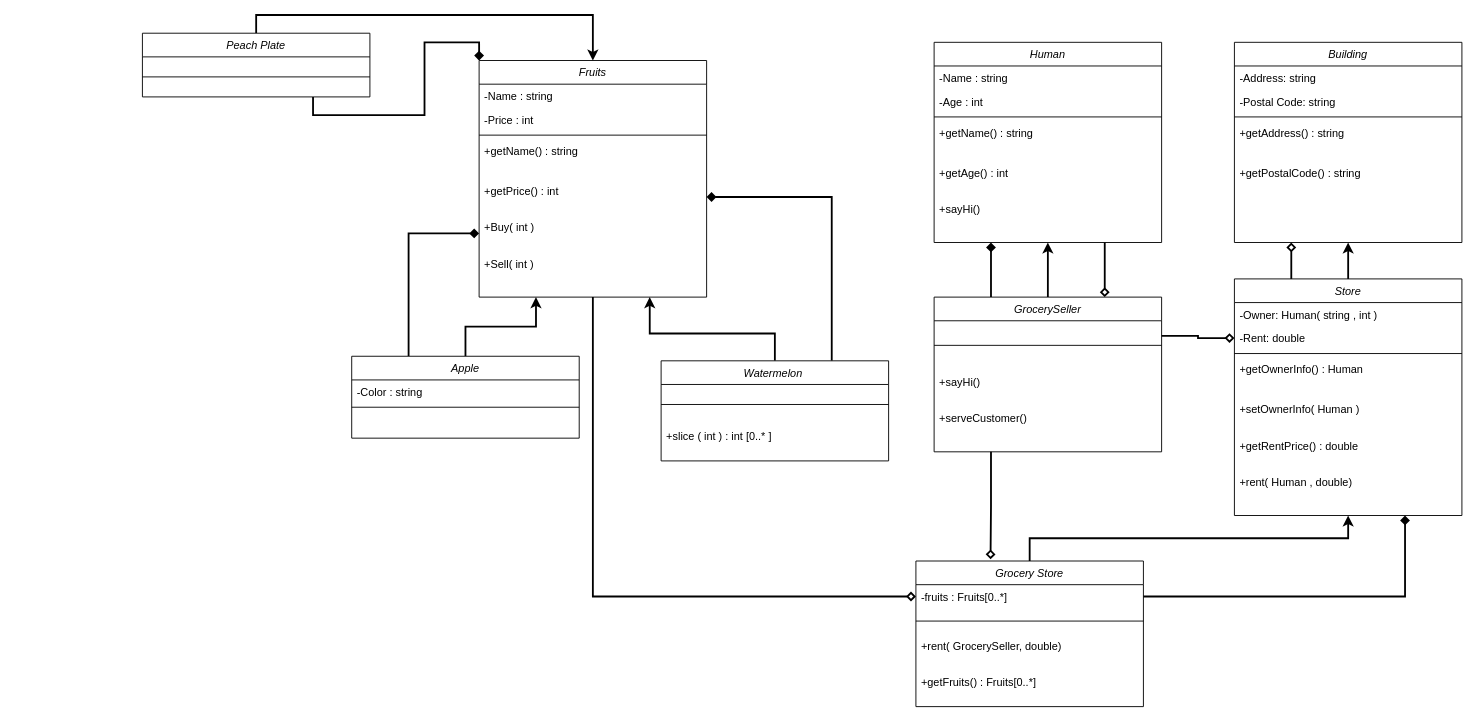
The draw.io diagram AP projects/UNIVERSITY/Untitled Diagram.drawio in ParhamBeik/QUERA_PROJECTS, before the edit. Source tidied: cells renumbered, new cells numbered last; positions are measured from the earlier drawing's top-left corner, leaving out a move shared by most shapes. Both pictures are drawn from the tidied source at 91%, with x=0, y=0 at pixel (142, 33).
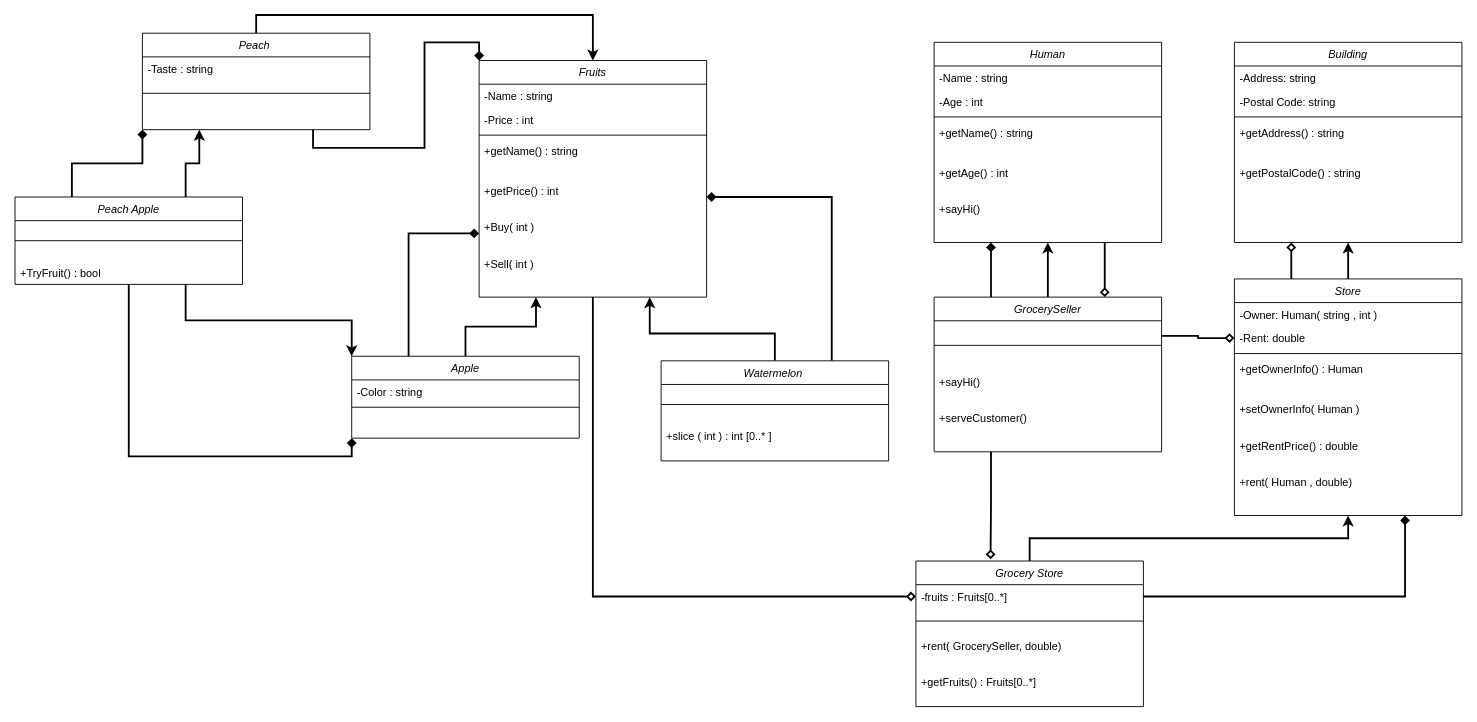
The same diagram, later.

The change refers to these unchanged cells:
```xml
<mxCell id="13" value="Apple" style="swimlane;fontStyle=2;align=center;verticalAlign=top;horizontal=1;startSize=26;rounded=0;shadow=0;strokeWidth=1;" parent="1" vertex="1">
  <mxGeometry x="230" y="355" width="250" height="90" as="geometry" />
</mxCell>
```

Diff of the diagram source:
```diff
@@
-    <mxCell id="62" value="Peach Plate" style="swimlane;fontStyle=2;align=center;verticalAlign=top;horizontal=1;startSize=26;rounded=0;shadow=0;strokeWidth=1;" parent="1" vertex="1">
-      <mxGeometry width="250" height="70" as="geometry" />
+    <mxCell id="62" value="Peach " style="swimlane;fontStyle=2;align=center;verticalAlign=top;horizontal=1;startSize=26;rounded=0;shadow=0;strokeWidth=1;" parent="1" vertex="1">
+      <mxGeometry width="250" height="106" as="geometry" />
     </mxCell>
+    <mxCell id="64" value="-Taste : string" style="text;align=left;verticalAlign=top;spacingLeft=4;spacingRight=4;overflow=hidden;" parent="62" vertex="1">
+      <mxGeometry y="26" width="250" height="26" as="geometry" />
+    </mxCell>
     <mxCell id="63" style="line;html=1;strokeWidth=1;align=left;verticalAlign=middle;spacingTop=-1;spacingLeft=3;spacingRight=3;labelPosition=right;" parent="62" vertex="1">
-      <mxGeometry y="26" width="250" height="44" as="geometry" />
+      <mxGeometry y="52" width="250" height="28" as="geometry" />
     </mxCell>
+    <mxCell id="65" style="edgeStyle=orthogonalEdgeStyle;rounded=0;jettySize=auto;html=1;exitX=0.75;exitY=1;exitDx=0;exitDy=0;entryX=0;entryY=0;entryDx=0;entryDy=0;strokeWidth=2;" parent="1" edge="1" source="69" target="13">
+      <mxGeometry relative="1" as="geometry" />
+    </mxCell>
+    <mxCell id="66" style="edgeStyle=orthogonalEdgeStyle;rounded=0;jettySize=auto;html=1;exitX=0.5;exitY=1;exitDx=0;exitDy=0;entryX=0;entryY=1;entryDx=0;entryDy=0;strokeWidth=2;endArrow=diamond;endFill=1;" parent="1" edge="1" source="69" target="13">
+      <mxGeometry relative="1" as="geometry" />
+    </mxCell>
+    <mxCell id="67" style="edgeStyle=orthogonalEdgeStyle;rounded=0;jettySize=auto;html=1;exitX=0.75;exitY=0;exitDx=0;exitDy=0;entryX=0.25;entryY=1;entryDx=0;entryDy=0;strokeWidth=2;" parent="1" edge="1" source="69" target="62">
+      <mxGeometry relative="1" as="geometry" />
+    </mxCell>
+    <mxCell id="68" style="edgeStyle=orthogonalEdgeStyle;rounded=0;jettySize=auto;html=1;exitX=0.25;exitY=0;exitDx=0;exitDy=0;entryX=0;entryY=1;entryDx=0;entryDy=0;endArrow=diamond;endFill=1;strokeWidth=2;" parent="1" edge="1" source="69" target="62">
+      <mxGeometry relative="1" as="geometry" />
+    </mxCell>
+    <mxCell id="69" value="Peach Apple" style="swimlane;fontStyle=2;align=center;verticalAlign=top;horizontal=1;startSize=26;rounded=0;shadow=0;strokeWidth=1;" parent="1" vertex="1">
+      <mxGeometry x="-140" y="180" width="250" height="96" as="geometry" />
+    </mxCell>
+    <mxCell id="70" style="line;html=1;strokeWidth=1;align=left;verticalAlign=middle;spacingTop=-1;spacingLeft=3;spacingRight=3;labelPosition=right;" parent="69" vertex="1">
+      <mxGeometry y="26" width="250" height="44" as="geometry" />
+    </mxCell>
+    <mxCell id="71" value="+TryFruit() : bool" style="text;align=left;verticalAlign=top;spacingLeft=4;spacingRight=4;overflow=hidden;" parent="69" vertex="1">
+      <mxGeometry y="70" width="250" height="26" as="geometry" />
+    </mxCell>
```
